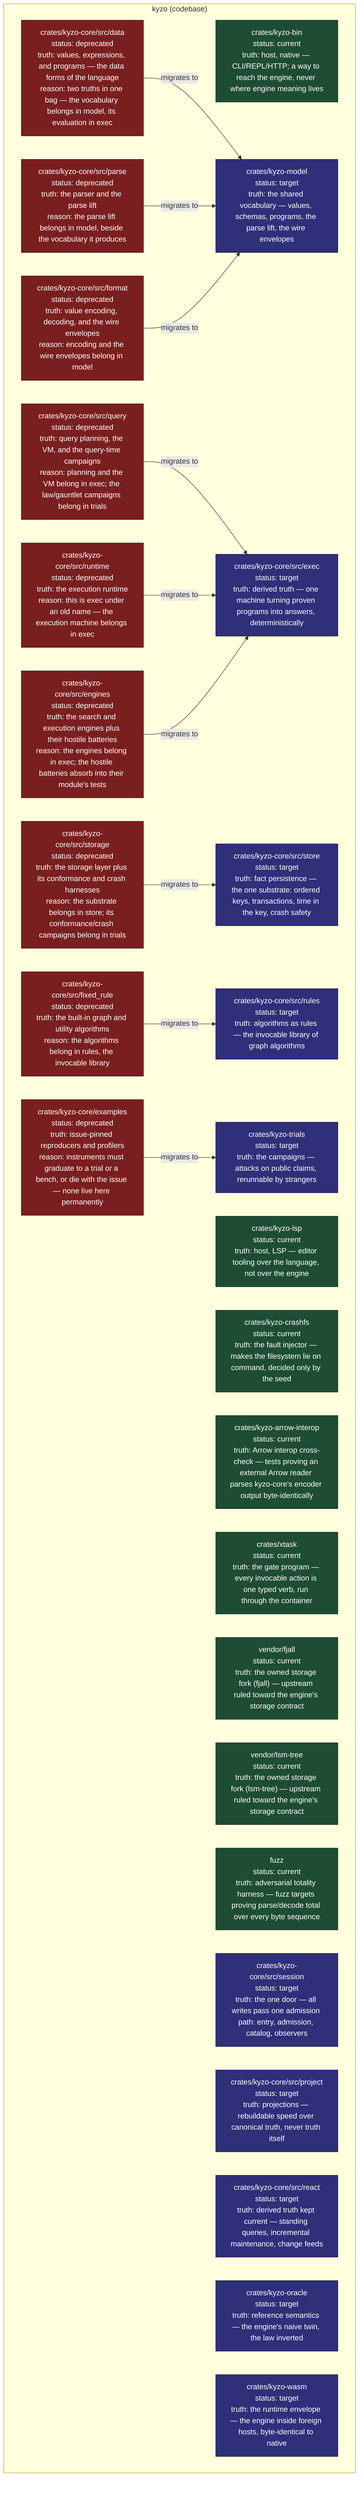
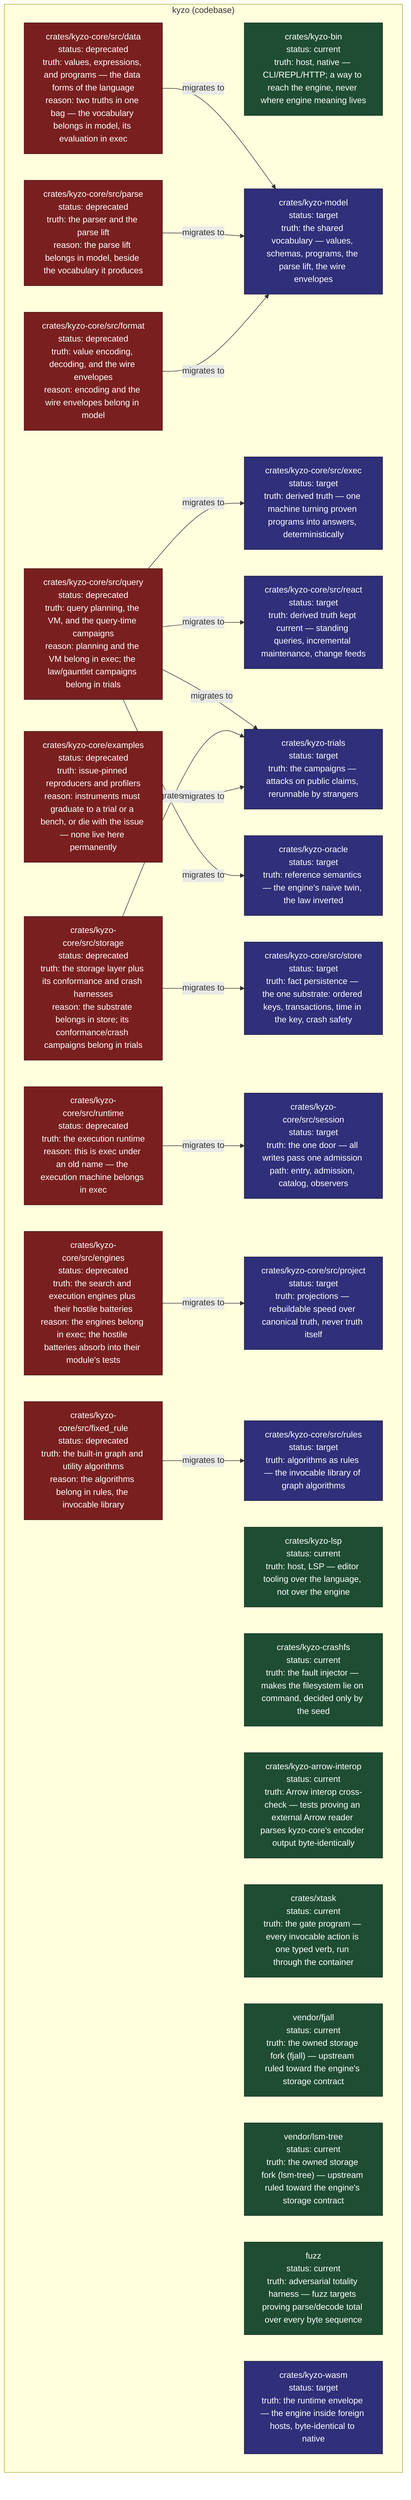
%% KyzoDB architecture map — the target-state zone graph.
%% Authored from .claude/rules/zone-*.md (each zone's one-line truth) and
%% deprecated-*.md (source→target + migration type: absorbed | migrated |
%% retired | sealed | split). Current placement is read off the real
%% tree; this file authors intent only — target zones and migration edges.

graph TD
    subgraph kyzo["kyzo (codebase)"]

        %% ── current: real zones that already own their truth ──
        bin["crates/kyzo-bin<br/>status: current<br/>truth: host, native — CLI/REPL/HTTP; a way to reach the engine, never where engine meaning lives"]
        lsp["crates/kyzo-lsp<br/>status: current<br/>truth: host, LSP — editor tooling over the language, not over the engine"]
        crashfs["crates/kyzo-crashfs<br/>status: current<br/>truth: the fault injector — makes the filesystem lie on command, decided only by the seed"]
        arrow["crates/kyzo-arrow-interop<br/>status: current<br/>truth: Arrow interop cross-check — tests proving an external Arrow reader parses kyzo-core's encoder output byte-identically"]
        xtask["crates/xtask<br/>status: current<br/>truth: the gate program — every invocable action is one typed verb, run through the container"]
        vendor_fjall["vendor/fjall<br/>status: current<br/>truth: the owned storage fork (fjall) — upstream ruled toward the engine's storage contract"]
        vendor_lsmtree["vendor/lsm-tree<br/>status: current<br/>truth: the owned storage fork (lsm-tree) — upstream ruled toward the engine's storage contract"]
        fuzz["fuzz<br/>status: current<br/>truth: adversarial totality harness — fuzz targets proving parse/decode total over every byte sequence"]

        %% ── target: ruled zones not yet realized ──
        exec["crates/kyzo-core/src/exec<br/>status: target<br/>truth: derived truth — one machine turning proven programs into answers, deterministically"]
        store["crates/kyzo-core/src/store<br/>status: target<br/>truth: fact persistence — the one substrate: ordered keys, transactions, time in the key, crash safety"]
        session["crates/kyzo-core/src/session<br/>status: target<br/>truth: the one door — all writes pass one admission path: entry, admission, catalog, observers"]
        project["crates/kyzo-core/src/project<br/>status: target<br/>truth: projections — rebuildable speed over canonical truth, never truth itself"]
        react["crates/kyzo-core/src/react<br/>status: target<br/>truth: derived truth kept current — standing queries, incremental maintenance, change feeds"]
        rules["crates/kyzo-core/src/rules<br/>status: target<br/>truth: algorithms as rules — the invocable library of graph algorithms"]
        model["crates/kyzo-model<br/>status: target<br/>truth: the shared vocabulary — values, schemas, programs, the parse lift, the wire envelopes"]
        oracle["crates/kyzo-oracle<br/>status: target<br/>truth: reference semantics — the engine's naive twin, the law inverted"]
        trials["crates/kyzo-trials<br/>status: target<br/>truth: the campaigns — attacks on public claims, rerunnable by strangers"]
        wasm["crates/kyzo-wasm<br/>status: target<br/>truth: the runtime envelope — the engine inside foreign hosts, byte-identical to native"]

        %% ── deprecated: the old kyzo-core layout dissolving into the ruled zones ──
        d_data["crates/kyzo-core/src/data<br/>status: deprecated<br/>truth: values, expressions, and programs — the data forms of the language<br/>reason: two truths in one bag — the vocabulary belongs in model, its evaluation in exec"]
        d_query["crates/kyzo-core/src/query<br/>status: deprecated<br/>truth: query planning, the VM, and the query-time campaigns<br/>reason: planning and the VM belong in exec; the law/gauntlet campaigns belong in trials"]
        d_storage["crates/kyzo-core/src/storage<br/>status: deprecated<br/>truth: the storage layer plus its conformance and crash harnesses<br/>reason: the substrate belongs in store; its conformance/crash campaigns belong in trials"]
        d_runtime["crates/kyzo-core/src/runtime<br/>status: deprecated<br/>truth: the execution runtime<br/>reason: this is exec under an old name — the execution machine belongs in exec"]
        d_engines["crates/kyzo-core/src/engines<br/>status: deprecated<br/>truth: the search and execution engines plus their hostile batteries<br/>reason: the engines belong in exec; the hostile batteries absorb into their module's tests"]
        d_parse["crates/kyzo-core/src/parse<br/>status: deprecated<br/>truth: the parser and the parse lift<br/>reason: the parse lift belongs in model, beside the vocabulary it produces"]
        d_format["crates/kyzo-core/src/format<br/>status: deprecated<br/>truth: value encoding, decoding, and the wire envelopes<br/>reason: encoding and the wire envelopes belong in model"]
        d_fixed_rule["crates/kyzo-core/src/fixed_rule<br/>status: deprecated<br/>truth: the built-in graph and utility algorithms<br/>reason: the algorithms belong in rules, the invocable library"]
        d_examples["crates/kyzo-core/examples<br/>status: deprecated<br/>truth: issue-pinned reproducers and profilers<br/>reason: instruments must graduate to a trial or a bench, or die with the issue — none live here permanently"]
    end

    d_data -->|migrates to| model
    d_query -->|migrates to| exec
+     d_query -->|migrates to| react
+     d_query -->|migrates to| trials
+     d_query -->|migrates to| oracle
    d_storage -->|migrates to| store
-     d_runtime -->|migrates to| exec
-     d_engines -->|migrates to| exec
+     d_storage -->|migrates to| trials
+     d_runtime -->|migrates to| session
+     d_engines -->|migrates to| project
    d_parse -->|migrates to| model
    d_format -->|migrates to| model
    d_fixed_rule -->|migrates to| rules
    d_examples -->|migrates to| trials

    classDef current fill:#1e4d33,color:#ffffff,stroke:#0f2b1c
    classDef deprecated fill:#7a1f1f,color:#ffffff,stroke:#3d0f0f
    classDef target fill:#2f2f7a,color:#ffffff,stroke:#17173d

    class bin,lsp,crashfs,arrow,xtask,vendor_fjall,vendor_lsmtree,fuzz current
    class exec,store,session,project,react,rules,model,oracle,trials,wasm target
    class d_data,d_query,d_storage,d_runtime,d_engines,d_parse,d_format,d_fixed_rule,d_examples deprecated
